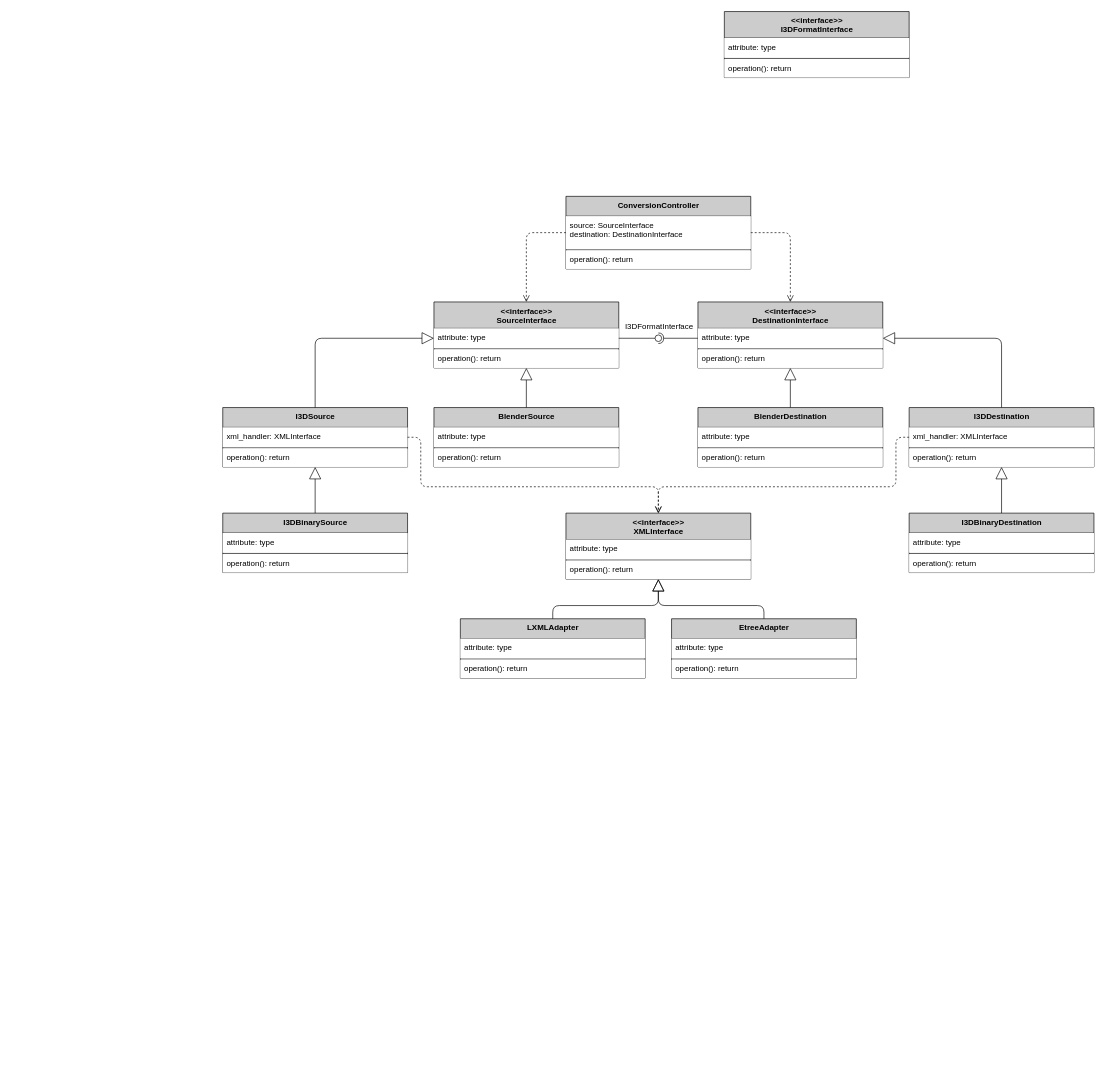
Earlier version of the draw.io diagram page "Modular Architecture" (1 of 3) of docs/diagrams/class_diagram.drawio (StjerneIdioten/GE-Core). Source tidied: cells renumbered, new cells numbered last; positions are measured from the earlier drawing's top-left corner, leaving out a move shared by most shapes. Both pictures are drawn from the tidied source at 66%, with x=0, y=0 at pixel (222, 11).
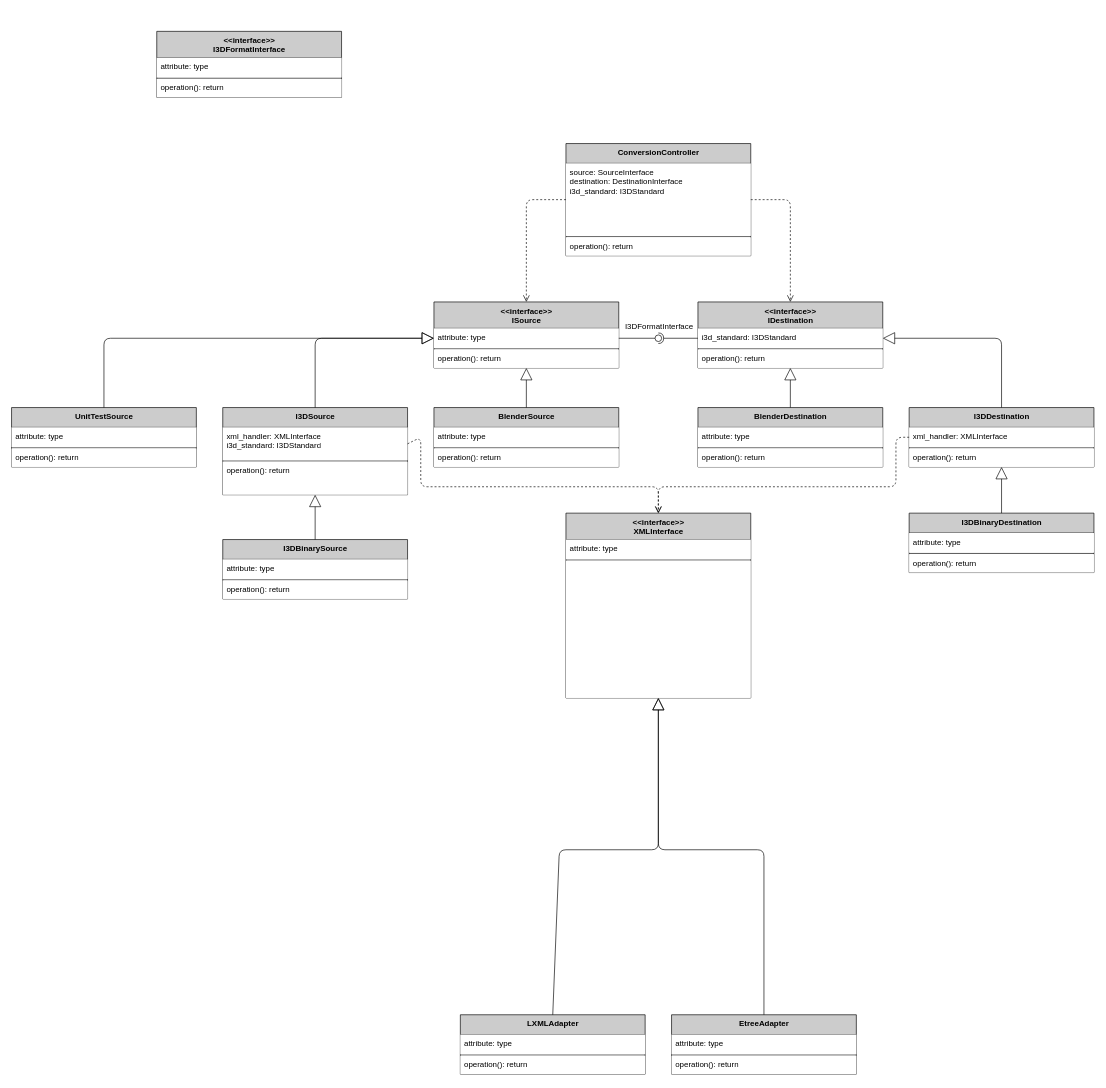
After the change.

Unchanged cells that the change refers to:
```xml
<mxCell id="11" value="attribute: type&lt;br&gt;&amp;nbsp;" style="text;strokeColor=none;align=left;verticalAlign=top;spacingLeft=4;spacingRight=4;overflow=hidden;points=[[0,0.5],[1,0.5],[1, 0.25],[1,0.75],[0, 0.25],[0,0.75]];portConstraint=eastwest;html=1;fillColor=#ffffff;" parent="10" vertex="1">
  <mxGeometry y="40" width="280" height="30" as="geometry" />
</mxCell>
```

What changed in the source:
```diff
@@
-    <mxCell id="10" value="&amp;lt;&amp;lt;interface&amp;gt;&amp;gt;&lt;br&gt;SourceInterface" style="swimlane;fontStyle=1;align=center;verticalAlign=top;horizontal=1;startSize=40;fillColor=#CCCCCC;html=1;" parent="1" vertex="1">
+    <mxCell id="10" value="&amp;lt;&amp;lt;interface&amp;gt;&amp;gt;&lt;br&gt;ISource" style="swimlane;fontStyle=1;align=center;verticalAlign=top;horizontal=1;startSize=40;fillColor=#CCCCCC;html=1;" parent="1" vertex="1">
       <mxGeometry x="320" y="440" width="280" height="100" as="geometry" />
     </mxCell>
@@
-    <mxCell id="14" value="&amp;lt;&amp;lt;interface&amp;gt;&amp;gt;&lt;br&gt;DestinationInterface" style="swimlane;fontStyle=1;align=center;verticalAlign=top;horizontal=1;startSize=40;fillColor=#CCCCCC;html=1;" parent="1" vertex="1">
+    <mxCell id="14" value="&amp;lt;&amp;lt;interface&amp;gt;&amp;gt;&lt;br&gt;IDestination" style="swimlane;fontStyle=1;align=center;verticalAlign=top;horizontal=1;startSize=40;fillColor=#CCCCCC;html=1;" parent="1" vertex="1">
       <mxGeometry x="720" y="440" width="280" height="100" as="geometry" />
     </mxCell>
-    <mxCell id="15" value="attribute: type&lt;br&gt;&amp;nbsp;" style="text;strokeColor=none;align=left;verticalAlign=top;spacingLeft=4;spacingRight=4;overflow=hidden;points=[[0,0.5],[1,0.5],[1, 0.25],[1,0.75],[0, 0.25],[0,0.75]];portConstraint=eastwest;html=1;fillColor=#ffffff;" parent="14" vertex="1">
+    <mxCell id="15" value="i3d_standard: I3DStandard" style="text;strokeColor=none;align=left;verticalAlign=top;spacingLeft=4;spacingRight=4;overflow=hidden;points=[[0,0.5],[1,0.5],[1, 0.25],[1,0.75],[0, 0.25],[0,0.75]];portConstraint=eastwest;html=1;fillColor=#ffffff;" parent="14" vertex="1">
       <mxGeometry y="40" width="280" height="30" as="geometry" />
     </mxCell>
@@
     <mxCell id="18" value="I3DSource" style="swimlane;fontStyle=1;align=center;verticalAlign=top;horizontal=1;startSize=30;fillColor=#CCCCCC;html=1;" parent="1" vertex="1">
-      <mxGeometry y="600" width="280" height="90" as="geometry" />
+      <mxGeometry y="600" width="280" height="132.1" as="geometry" />
     </mxCell>
-    <mxCell id="19" value="xml_handler: XMLInterface" style="text;strokeColor=none;align=left;verticalAlign=top;spacingLeft=4;spacingRight=4;overflow=hidden;points=[[0,0.5],[1,0.5],[1, 0.25],[1,0.75],[0, 0.25],[0,0.75]];portConstraint=eastwest;html=1;fillColor=#ffffff;" parent="18" vertex="1">
-      <mxGeometry y="30" width="280" height="30" as="geometry" />
+    <mxCell id="19" value="xml_handler: XMLInterface&lt;br&gt;i3d_standard: I3DStandard" style="text;strokeColor=none;align=left;verticalAlign=top;spacingLeft=4;spacingRight=4;overflow=hidden;points=[[0,0.5],[1,0.5],[1, 0.25],[1,0.75],[0, 0.25],[0,0.75]];portConstraint=eastwest;html=1;fillColor=#ffffff;" parent="18" vertex="1">
+      <mxGeometry y="30" width="280" height="50" as="geometry" />
     </mxCell>
     <mxCell id="20" style="line;strokeWidth=1;fillColor=none;align=left;verticalAlign=middle;spacingTop=0;spacingLeft=0;spacingRight=0;labelPosition=right;sketch=0;spacing=0;fontSize=12;perimeterSpacing=0;shadow=0;" parent="18" vertex="1">
-      <mxGeometry y="60" width="280" height="2.1" as="geometry" />
+      <mxGeometry y="80" width="280" height="2.1" as="geometry" />
     </mxCell>
     <mxCell id="21" value="operation(): return" style="text;strokeColor=none;align=left;verticalAlign=top;spacingLeft=4;spacingRight=4;overflow=hidden;fillColor=#ffffff;html=1;" parent="18" vertex="1">
-      <mxGeometry y="62.1" width="280" height="27.9" as="geometry" />
+      <mxGeometry y="82.1" width="280" height="50" as="geometry" />
     </mxCell>
@@
     <mxCell id="26" value="ConversionController" style="swimlane;fontStyle=1;align=center;verticalAlign=top;horizontal=1;startSize=30;fillColor=#CCCCCC;html=1;" parent="1" vertex="1">
-      <mxGeometry x="520" y="280" width="280" height="110" as="geometry" />
+      <mxGeometry x="520" y="200" width="280" height="170" as="geometry" />
     </mxCell>
-    <mxCell id="27" value="source: SourceInterface&lt;br&gt;destination: DestinationInterface" style="text;strokeColor=none;align=left;verticalAlign=top;spacingLeft=4;spacingRight=4;overflow=hidden;points=[[0,0.5],[1,0.5],[1, 0.25],[1,0.75],[0, 0.25],[0,0.75]];portConstraint=eastwest;html=1;fillColor=#ffffff;" parent="26" vertex="1">
-      <mxGeometry y="30" width="280" height="50" as="geometry" />
+    <mxCell id="27" value="source: SourceInterface&lt;br&gt;destination: DestinationInterface&lt;br&gt;i3d_standard: I3DStandard" style="text;strokeColor=none;align=left;verticalAlign=top;spacingLeft=4;spacingRight=4;overflow=hidden;points=[[0,0.5],[1,0.5],[1, 0.25],[1,0.75],[0, 0.25],[0,0.75]];portConstraint=eastwest;html=1;fillColor=#ffffff;" parent="26" vertex="1">
+      <mxGeometry y="30" width="280" height="110" as="geometry" />
     </mxCell>
     <mxCell id="28" style="line;strokeWidth=1;fillColor=none;align=left;verticalAlign=middle;spacingTop=0;spacingLeft=0;spacingRight=0;labelPosition=right;sketch=0;spacing=0;fontSize=12;perimeterSpacing=0;shadow=0;" parent="26" vertex="1">
-      <mxGeometry y="80" width="280" height="2.1" as="geometry" />
+      <mxGeometry y="140" width="280" height="2.1" as="geometry" />
     </mxCell>
     <mxCell id="29" value="operation(): return" style="text;strokeColor=none;align=left;verticalAlign=top;spacingLeft=4;spacingRight=4;overflow=hidden;fillColor=#ffffff;html=1;" parent="26" vertex="1">
-      <mxGeometry y="82.1" width="280" height="27.9" as="geometry" />
+      <mxGeometry y="142.1" width="280" height="27.9" as="geometry" />
     </mxCell>
@@
     <mxCell id="34" value="I3DBinarySource" style="swimlane;fontStyle=1;align=center;verticalAlign=top;horizontal=1;startSize=30;fillColor=#CCCCCC;html=1;" parent="1" vertex="1">
-      <mxGeometry y="760" width="280" height="90" as="geometry" />
+      <mxGeometry y="800" width="280" height="90" as="geometry" />
     </mxCell>
@@
     <mxCell id="38" style="endArrow=open;startArrow=none;endFill=0;startFill=0;endSize=8;html=1;verticalAlign=bottom;dashed=1;labelBackgroundColor=none;entryX=0.5;entryY=0;entryDx=0;entryDy=0;exitX=1;exitY=0.5;exitDx=0;exitDy=0;" parent="1" edge="1" source="27" target="14">
       <mxGeometry y="40" relative="1" as="geometry">
         <Array as="points">
-          <mxPoint x="860" y="335" />
+          <mxPoint x="860" y="285" />
         </Array>
       </mxGeometry>
     </mxCell>
     <mxCell id="39" style="endArrow=open;startArrow=none;endFill=0;startFill=0;endSize=8;html=1;verticalAlign=bottom;dashed=1;labelBackgroundColor=none;entryX=0.5;entryY=0;entryDx=0;entryDy=0;exitX=0;exitY=0.5;exitDx=0;exitDy=0;" parent="1" edge="1" source="27" target="10">
       <mxGeometry y="40" relative="1" as="geometry">
         <Array as="points">
-          <mxPoint x="460" y="335" />
+          <mxPoint x="460" y="285" />
         </Array>
       </mxGeometry>
     </mxCell>
@@
     <mxCell id="50" value="&amp;lt;&amp;lt;interface&amp;gt;&amp;gt;&lt;br&gt;XMLInterface" style="swimlane;fontStyle=1;align=center;verticalAlign=top;horizontal=1;startSize=40;fillColor=#CCCCCC;html=1;" parent="1" vertex="1">
-      <mxGeometry x="520" y="760" width="280" height="100" as="geometry" />
+      <mxGeometry x="520" y="760" width="280" height="280" as="geometry" />
     </mxCell>
@@
-    <mxCell id="53" value="operation(): return" style="text;strokeColor=none;align=left;verticalAlign=top;spacingLeft=4;spacingRight=4;overflow=hidden;fillColor=#ffffff;html=1;" parent="50" vertex="1">
-      <mxGeometry y="72.1" width="280" height="27.9" as="geometry" />
+    <mxCell id="53" style="text;strokeColor=none;align=left;verticalAlign=top;spacingLeft=4;spacingRight=4;overflow=hidden;fillColor=#ffffff;html=1;" parent="50" vertex="1">
+      <mxGeometry y="72.1" width="280" height="207.9" as="geometry" />
     </mxCell>
     <mxCell id="54" value="LXMLAdapter" style="swimlane;fontStyle=1;align=center;verticalAlign=top;horizontal=1;startSize=30;fillColor=#CCCCCC;html=1;fontSize=12;" parent="1" vertex="1">
-      <mxGeometry x="360" y="920" width="280" height="90" as="geometry" />
+      <mxGeometry x="360" y="1520" width="280" height="90" as="geometry" />
     </mxCell>
@@
     <mxCell id="58" value="EtreeAdapter" style="swimlane;fontStyle=1;align=center;verticalAlign=top;horizontal=1;startSize=30;fillColor=#CCCCCC;html=1;fontSize=12;" parent="1" vertex="1">
-      <mxGeometry x="680" y="920" width="280" height="90" as="geometry" />
+      <mxGeometry x="680" y="1520" width="280" height="90" as="geometry" />
     </mxCell>
@@
     <mxCell id="62" style="endArrow=block;endSize=16;endFill=0;html=1;fontSize=12;entryX=0.5;entryY=1;entryDx=0;entryDy=0;exitX=0.5;exitY=0;exitDx=0;exitDy=0;" parent="1" edge="1" source="58" target="50">
       <mxGeometry relative="1" as="geometry">
         <Array as="points">
-          <mxPoint x="820" y="900" />
-          <mxPoint x="660" y="900" />
+          <mxPoint x="820" y="1270" />
+          <mxPoint x="660" y="1270" />
         </Array>
       </mxGeometry>
     </mxCell>
     <mxCell id="63" style="endArrow=block;endSize=16;endFill=0;html=1;fontSize=12;entryX=0.5;entryY=1;entryDx=0;entryDy=0;exitX=0.5;exitY=0;exitDx=0;exitDy=0;" parent="1" edge="1" source="54" target="50">
       <mxGeometry relative="1" as="geometry">
         <Array as="points">
-          <mxPoint x="500" y="900" />
-          <mxPoint x="660" y="900" />
+          <mxPoint x="510" y="1270" />
+          <mxPoint x="660" y="1270" />
         </Array>
       </mxGeometry>
     </mxCell>
@@
     <mxCell id="66" value="&amp;lt;&amp;lt;interface&amp;gt;&amp;gt;&lt;br&gt;I3DFormatInterface" style="swimlane;fontStyle=1;align=center;verticalAlign=top;horizontal=1;startSize=40;fillColor=#CCCCCC;html=1;" parent="1" vertex="1">
-      <mxGeometry x="760" width="280" height="100" as="geometry" />
+      <mxGeometry x="-100" y="30" width="280" height="100" as="geometry" />
     </mxCell>
@@
+    <mxCell id="70" value="UnitTestSource" style="swimlane;fontStyle=1;align=center;verticalAlign=top;horizontal=1;startSize=30;fillColor=#CCCCCC;html=1;" parent="1" vertex="1">
+      <mxGeometry x="-320" y="600" width="280" height="90" as="geometry" />
+    </mxCell>
+    <mxCell id="71" value="attribute: type&lt;br&gt;&amp;nbsp;" style="text;strokeColor=none;align=left;verticalAlign=top;spacingLeft=4;spacingRight=4;overflow=hidden;html=1;fillColor=#ffffff;" parent="70" vertex="1">
+      <mxGeometry y="30" width="280" height="30" as="geometry" />
+    </mxCell>
+    <mxCell id="72" style="line;strokeWidth=1;fillColor=none;align=left;verticalAlign=middle;spacingTop=0;spacingLeft=0;spacingRight=0;labelPosition=right;sketch=0;spacing=0;fontSize=12;perimeterSpacing=0;shadow=0;" parent="70" vertex="1">
+      <mxGeometry y="60" width="280" height="2.1" as="geometry" />
+    </mxCell>
+    <mxCell id="73" value="operation(): return" style="text;strokeColor=none;align=left;verticalAlign=top;spacingLeft=4;spacingRight=4;overflow=hidden;fillColor=#ffffff;html=1;" parent="70" vertex="1">
+      <mxGeometry y="62.1" width="280" height="27.9" as="geometry" />
+    </mxCell>
+    <mxCell id="74" style="endArrow=block;endSize=16;endFill=0;html=1;exitX=0.5;exitY=0;exitDx=0;exitDy=0;entryX=0;entryY=0.5;entryDx=0;entryDy=0;" parent="1" edge="1" source="70" target="11">
+      <mxGeometry relative="1" as="geometry">
+        <Array as="points">
+          <mxPoint x="-180" y="495" />
+        </Array>
+      </mxGeometry>
+    </mxCell>
```
